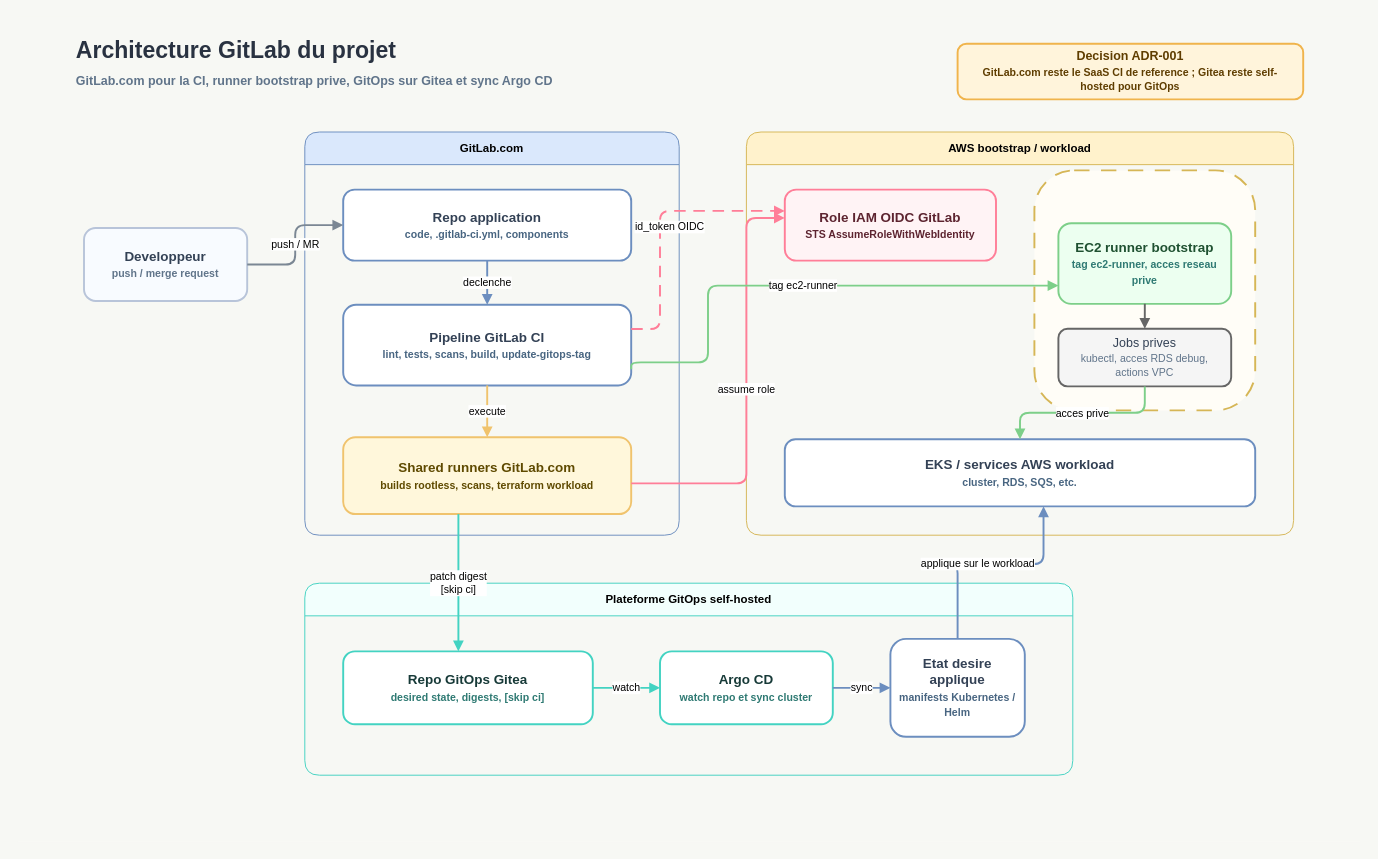
This is docs/diagrams/gitlab-architecture.drawio from ClementV78/shop-demo, a draw.io file, before an edit. Source tidied: cells renumbered, new cells numbered last; positions are measured from the earlier drawing's top-left corner, leaving out a move shared by most shapes. Both pictures are drawn from the tidied source at 96%, with x=0, y=0 at pixel (16, 16).
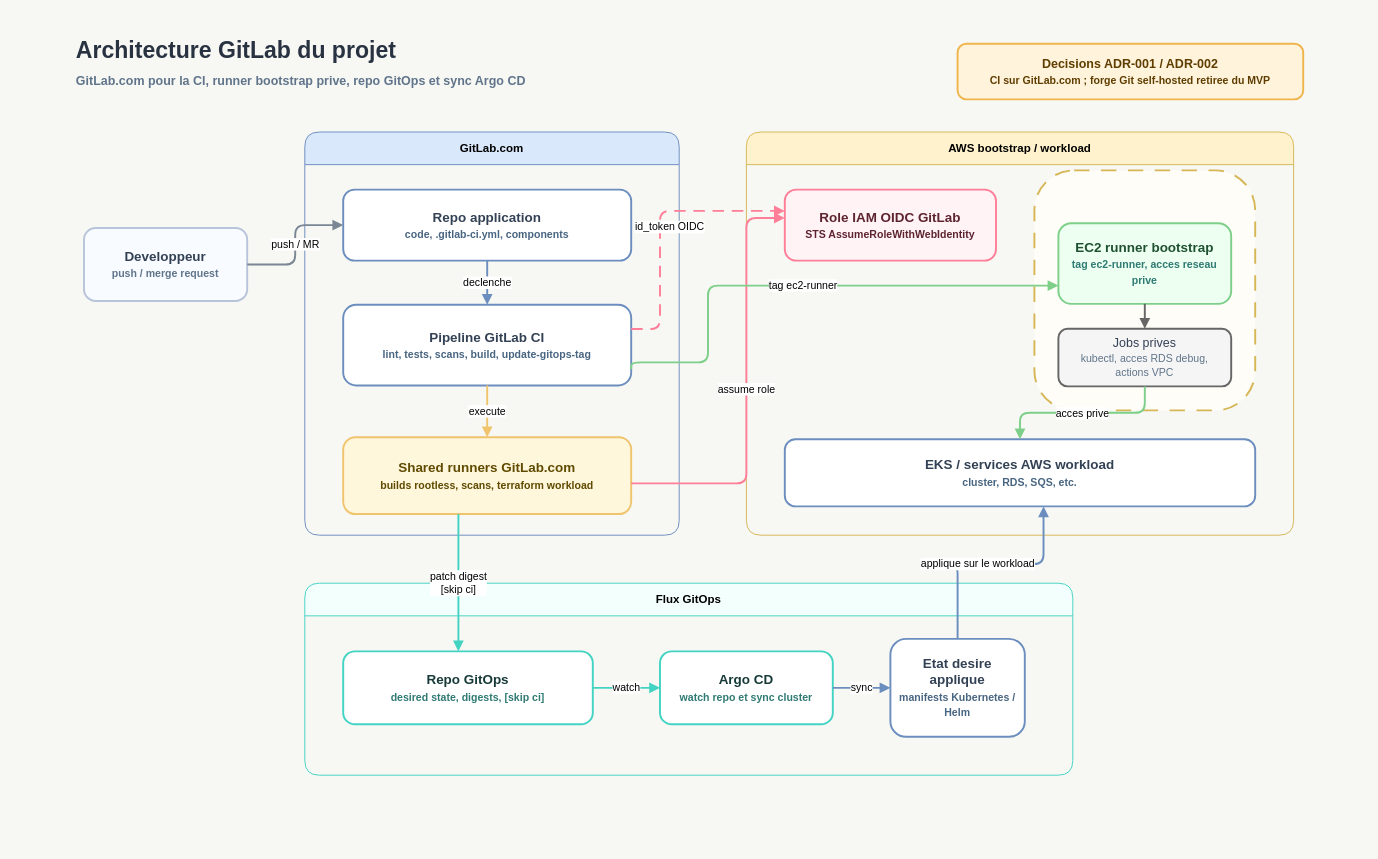
After the change.

The edit, as a diff of the source:
```diff
@@
-    <mxCell id="3" value="Architecture GitLab du projet&#10;&lt;font style=&quot;font-size:13px;color:#60748a&quot;&gt;GitLab.com pour la CI, runner bootstrap prive, GitOps sur Gitea et sync Argo CD&lt;/font&gt;" style="text;html=1;strokeColor=none;fillColor=none;fontStyle=1;fontSize=24;fontColor=#293241;align=left;verticalAlign=middle;" parent="1" vertex="1">
+    <mxCell id="3" value="Architecture GitLab du projet&#10;&lt;font style=&quot;font-size:13px;color:#60748a&quot;&gt;GitLab.com pour la CI, runner bootstrap prive, repo GitOps et sync Argo CD&lt;/font&gt;" style="text;html=1;strokeColor=none;fillColor=none;fontStyle=1;fontSize=24;fontColor=#293241;align=left;verticalAlign=middle;" parent="1" vertex="1">
       <mxGeometry x="60" y="28" width="920" height="42" as="geometry" />
     </mxCell>
-    <mxCell id="4" value="Decision ADR-001&#10;&lt;font style=&quot;font-size:11px;color:#5f3d00&quot;&gt;GitLab.com reste le SaaS CI de reference ; Gitea reste self-hosted pour GitOps&lt;/font&gt;" style="rounded=1;whiteSpace=wrap;html=1;arcSize=16;fillColor=#fff4db;strokeColor=#f0b44c;strokeWidth=2;fontStyle=1;fontSize=13;fontColor=#5f3d00;spacing=10;" parent="1" vertex="1">
+    <mxCell id="4" value="Decisions ADR-001 / ADR-002&#10;&lt;font style=&quot;font-size:11px;color:#5f3d00&quot;&gt;CI sur GitLab.com ; forge Git self-hosted retiree du MVP&lt;/font&gt;" style="rounded=1;whiteSpace=wrap;html=1;arcSize=16;fillColor=#fff4db;strokeColor=#f0b44c;strokeWidth=2;fontStyle=1;fontSize=13;fontColor=#5f3d00;spacing=10;" parent="1" vertex="1">
       <mxGeometry x="980" y="28" width="360" height="58" as="geometry" />
     </mxCell>
@@
-    <mxCell id="20" value="Plateforme GitOps self-hosted" style="swimlane;html=1;rounded=1;whiteSpace=wrap;fillColor=#f2fffd;strokeColor=#43d3c2;fontStyle=1;startSize=34;" parent="1" vertex="1">
+    <mxCell id="20" value="Flux GitOps" style="swimlane;html=1;rounded=1;whiteSpace=wrap;fillColor=#f2fffd;strokeColor=#43d3c2;fontStyle=1;startSize=34;" parent="1" vertex="1">
       <mxGeometry x="300" y="590" width="800" height="200" as="geometry" />
     </mxCell>
-    <mxCell id="21" value="Repo GitOps Gitea&#10;&lt;font style=&quot;font-size:11px;color:#2f7a73&quot;&gt;desired state, digests, [skip ci]&lt;/font&gt;" style="rounded=1;whiteSpace=wrap;html=1;arcSize=16;fillColor=#ffffff;strokeColor=#43d3c2;strokeWidth=2;fontStyle=1;fontSize=14;fontColor=#173a38;spacing=10;" parent="20" vertex="1">
+    <mxCell id="21" value="Repo GitOps&#10;&lt;font style=&quot;font-size:11px;color:#2f7a73&quot;&gt;desired state, digests, [skip ci]&lt;/font&gt;" style="rounded=1;whiteSpace=wrap;html=1;arcSize=16;fillColor=#ffffff;strokeColor=#43d3c2;strokeWidth=2;fontStyle=1;fontSize=14;fontColor=#173a38;spacing=10;" parent="20" vertex="1">
       <mxGeometry x="40" y="71" width="260" height="76" as="geometry" />
     </mxCell>
```
